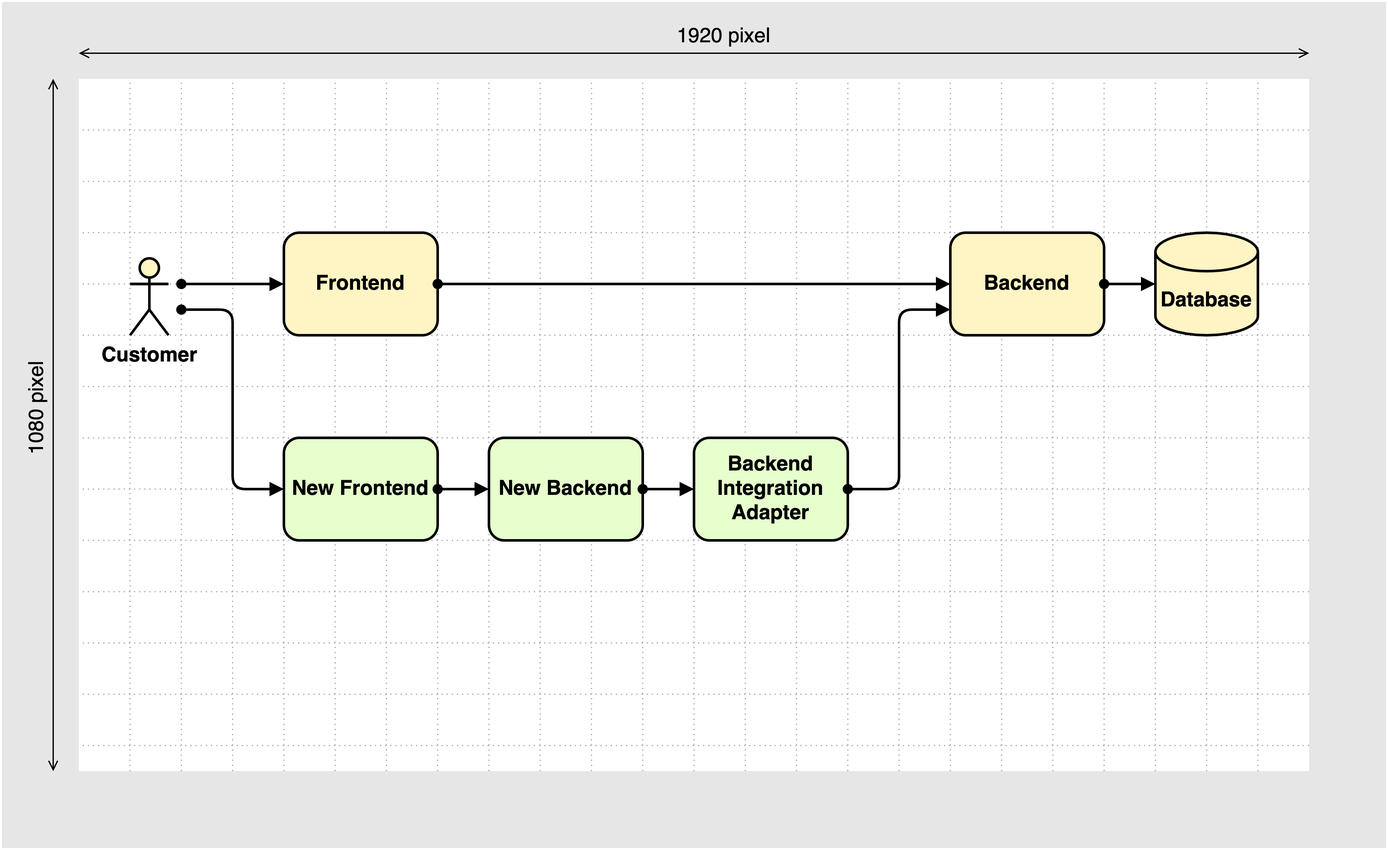
The draw.io diagram diagrams/canvas-guideline_infinite-space_5b.png in martinleggewie/visual-tips-for-creating-schematic-diagrams, before a commit. Source tidied: cells renumbered, new cells last; positions are measured from the earlier drawing's top-left corner, leaving out a move shared by most shapes.
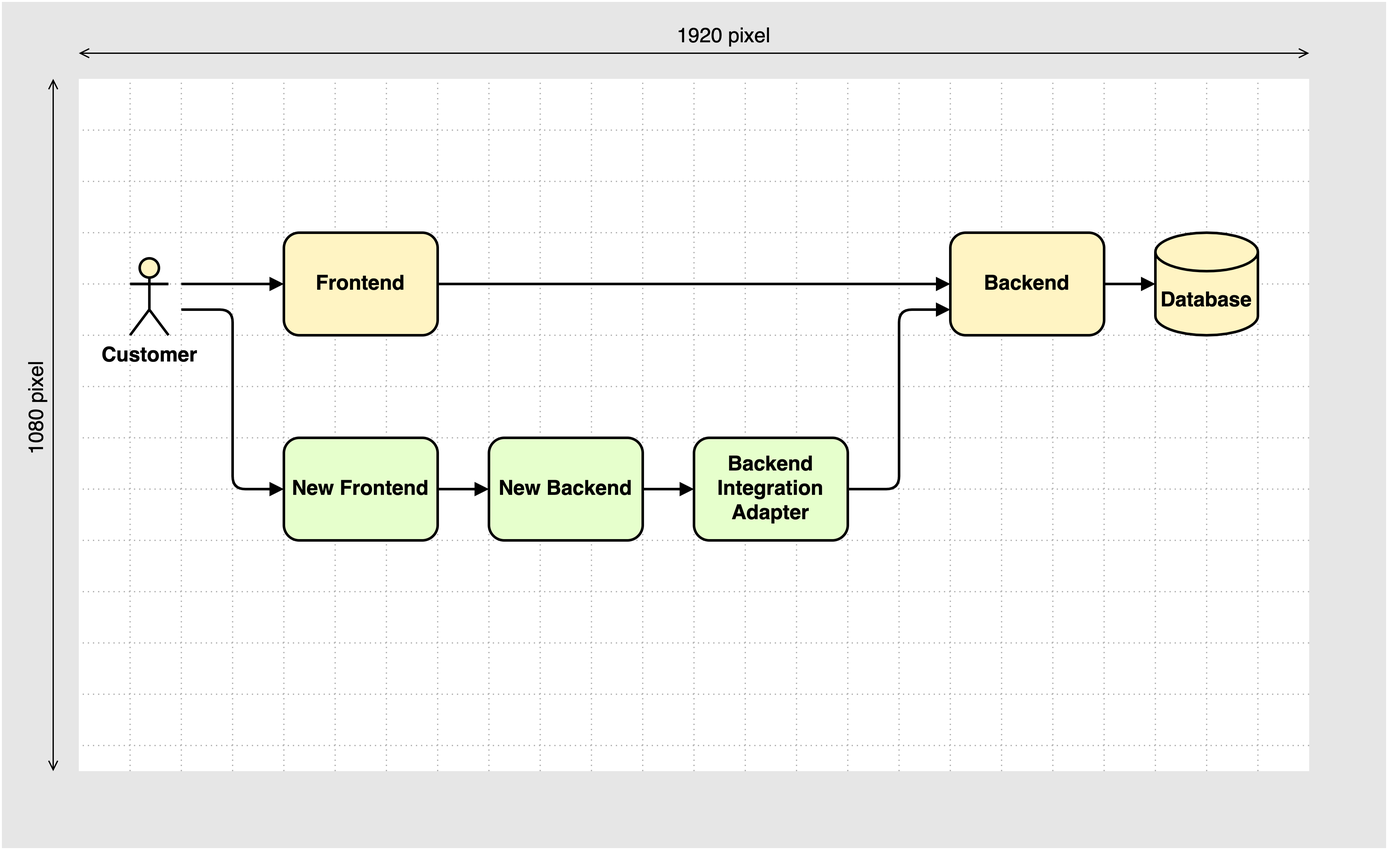
After the change.

The edit, as a diff of the source:
```diff
@@ -250,10 +250,10 @@
     <mxCell id="47" value="Backend" style="rounded=1;whiteSpace=wrap;html=1;strokeWidth=2;fontSize=16;fontStyle=1;fillColor=#FFF4C3;" parent="45" vertex="1">
       <mxGeometry x="740" y="180" width="120" height="80" as="geometry" />
     </mxCell>
-    <mxCell id="48" style="rounded=0;jettySize=auto;html=1;fontSize=16;endArrow=block;endFill=1;startArrow=oval;startFill=1;strokeWidth=2;" parent="45" edge="1" source="46" target="47">
+    <mxCell id="48" style="rounded=0;jettySize=auto;html=1;fontSize=16;endArrow=block;endFill=1;startArrow=none;startFill=0;strokeWidth=2;" parent="45" edge="1" source="46" target="47">
       <mxGeometry relative="1" as="geometry" />
     </mxCell>
-    <mxCell id="49" style="edgeStyle=none;rounded=0;jettySize=auto;html=1;startArrow=oval;startFill=1;endArrow=block;endFill=1;strokeWidth=2;fontSize=16;" parent="45" edge="1" target="46">
+    <mxCell id="49" style="edgeStyle=none;rounded=0;jettySize=auto;html=1;startArrow=none;startFill=0;endArrow=block;endFill=1;strokeWidth=2;fontSize=16;" parent="45" edge="1" target="46">
       <mxGeometry relative="1" as="geometry">
         <mxPoint x="140" y="220" as="sourcePoint" />
       </mxGeometry>
@@ -264,19 +264,19 @@
     <mxCell id="51" value="Database" style="shape=cylinder3;whiteSpace=wrap;html=1;boundedLbl=1;backgroundOutline=1;size=15;strokeWidth=2;fontSize=16;verticalAlign=middle;labelPosition=center;verticalLabelPosition=middle;align=center;fontStyle=1;fillColor=#FFF4C3;" parent="45" vertex="1">
       <mxGeometry x="900" y="180" width="80" height="80" as="geometry" />
     </mxCell>
-    <mxCell id="52" style="edgeStyle=none;rounded=0;jettySize=auto;html=1;startArrow=oval;startFill=1;endArrow=block;endFill=1;strokeWidth=2;fontSize=16;" parent="45" edge="1" source="47" target="51">
+    <mxCell id="52" style="edgeStyle=none;rounded=0;jettySize=auto;html=1;startArrow=none;startFill=0;endArrow=block;endFill=1;strokeWidth=2;fontSize=16;" parent="45" edge="1" source="47" target="51">
       <mxGeometry relative="1" as="geometry" />
     </mxCell>
     <mxCell id="53" value="New Frontend" style="rounded=1;whiteSpace=wrap;html=1;strokeWidth=2;fontSize=16;fontStyle=1;fillColor=#E6FFCC;" parent="45" vertex="1">
       <mxGeometry x="220" y="340" width="120" height="80" as="geometry" />
     </mxCell>
-    <mxCell id="54" style="rounded=0;jettySize=auto;html=1;fontSize=16;endArrow=block;endFill=1;startArrow=oval;startFill=1;strokeWidth=2;" parent="45" edge="1" source="53" target="55">
+    <mxCell id="54" style="rounded=0;jettySize=auto;html=1;fontSize=16;endArrow=block;endFill=1;startArrow=none;startFill=0;strokeWidth=2;" parent="45" edge="1" source="53" target="55">
       <mxGeometry relative="1" as="geometry" />
     </mxCell>
     <mxCell id="55" value="New Backend" style="rounded=1;whiteSpace=wrap;html=1;strokeWidth=2;fontSize=16;fontStyle=1;fillColor=#E6FFCC;" parent="45" vertex="1">
       <mxGeometry x="380" y="340" width="120" height="80" as="geometry" />
     </mxCell>
-    <mxCell id="56" style="edgeStyle=none;rounded=1;jettySize=auto;html=1;startArrow=oval;startFill=1;endArrow=block;endFill=1;strokeWidth=2;fontSize=16;entryX=0;entryY=0.5;entryDx=0;entryDy=0;" parent="45" edge="1" target="53">
+    <mxCell id="56" style="edgeStyle=none;rounded=1;jettySize=auto;html=1;startArrow=none;startFill=0;endArrow=block;endFill=1;strokeWidth=2;fontSize=16;entryX=0;entryY=0.5;entryDx=0;entryDy=0;" parent="45" edge="1" target="53">
       <mxGeometry relative="1" as="geometry">
         <mxPoint x="140" y="240" as="sourcePoint" />
         <Array as="points">
@@ -288,10 +288,10 @@
     <mxCell id="57" value="Backend Integration Adapter" style="rounded=1;whiteSpace=wrap;html=1;strokeWidth=2;fontSize=16;fontStyle=1;fillColor=#E6FFCC;" parent="45" vertex="1">
       <mxGeometry x="540" y="340" width="120" height="80" as="geometry" />
     </mxCell>
-    <mxCell id="58" style="rounded=0;jettySize=auto;html=1;fontSize=16;endArrow=block;endFill=1;startArrow=oval;startFill=1;strokeWidth=2;" parent="45" edge="1" source="55" target="57">
+    <mxCell id="58" style="rounded=0;jettySize=auto;html=1;fontSize=16;endArrow=block;endFill=1;startArrow=none;startFill=0;strokeWidth=2;" parent="45" edge="1" source="55" target="57">
       <mxGeometry relative="1" as="geometry" />
     </mxCell>
-    <mxCell id="59" style="rounded=1;jettySize=auto;html=1;fontSize=16;endArrow=block;endFill=1;startArrow=oval;startFill=1;strokeWidth=2;entryX=0;entryY=0.75;entryDx=0;entryDy=0;" parent="45" edge="1" source="57" target="47">
+    <mxCell id="59" style="rounded=1;jettySize=auto;html=1;fontSize=16;endArrow=block;endFill=1;startArrow=none;startFill=0;strokeWidth=2;entryX=0;entryY=0.75;entryDx=0;entryDy=0;" parent="45" edge="1" source="57" target="47">
       <mxGeometry relative="1" as="geometry">
         <Array as="points">
           <mxPoint x="660" y="380" />
```
